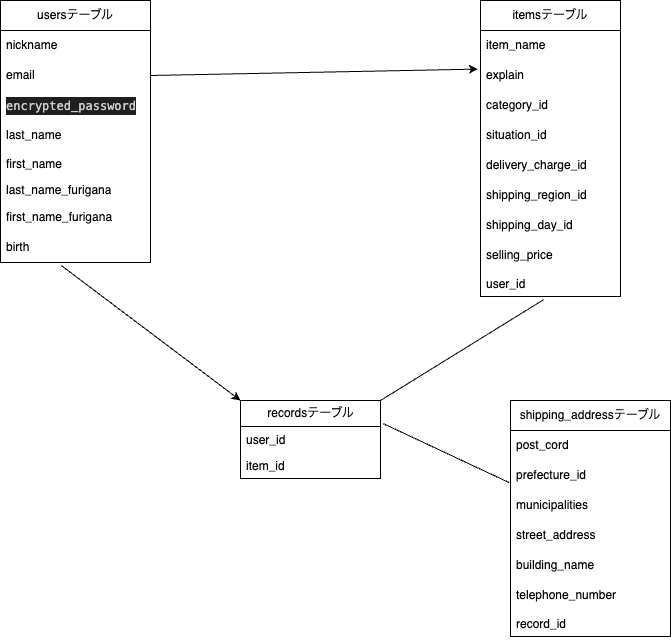
Above: .drawio.png in koichan8258/furima-40352 (draw.io), before the change. Source tidied: cells renumbered, new cells last; positions are measured from the earlier drawing's top-left corner, leaving out a move shared by most shapes.
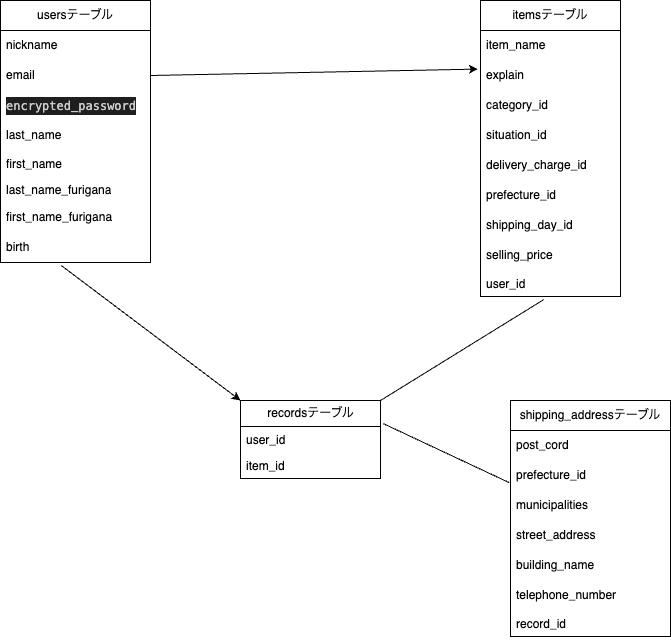
After the change.

Commit message:
foreign_keyとカラム名の訂正

Change to the diagram source:
```diff
@@ -47,7 +47,7 @@
     <mxCell id="16" value="delivery_charge_id" style="text;strokeColor=none;fillColor=none;align=left;verticalAlign=middle;spacingLeft=4;spacingRight=4;overflow=hidden;whiteSpace=wrap;html=1;" parent="11" vertex="1">
       <mxGeometry y="150" width="140" height="30" as="geometry" />
     </mxCell>
-    <mxCell id="17" value="shipping_region_id" style="text;strokeColor=none;fillColor=none;align=left;verticalAlign=middle;spacingLeft=4;spacingRight=4;overflow=hidden;whiteSpace=wrap;html=1;" parent="11" vertex="1">
+    <mxCell id="17" value="prefecture_id" style="text;strokeColor=none;fillColor=none;align=left;verticalAlign=middle;spacingLeft=4;spacingRight=4;overflow=hidden;whiteSpace=wrap;html=1;" parent="11" vertex="1">
       <mxGeometry y="180" width="140" height="30" as="geometry" />
     </mxCell>
     <mxCell id="18" value="shipping_day_id" style="text;strokeColor=none;fillColor=none;align=left;verticalAlign=middle;spacingLeft=4;spacingRight=4;overflow=hidden;whiteSpace=wrap;html=1;" parent="11" vertex="1">
```
